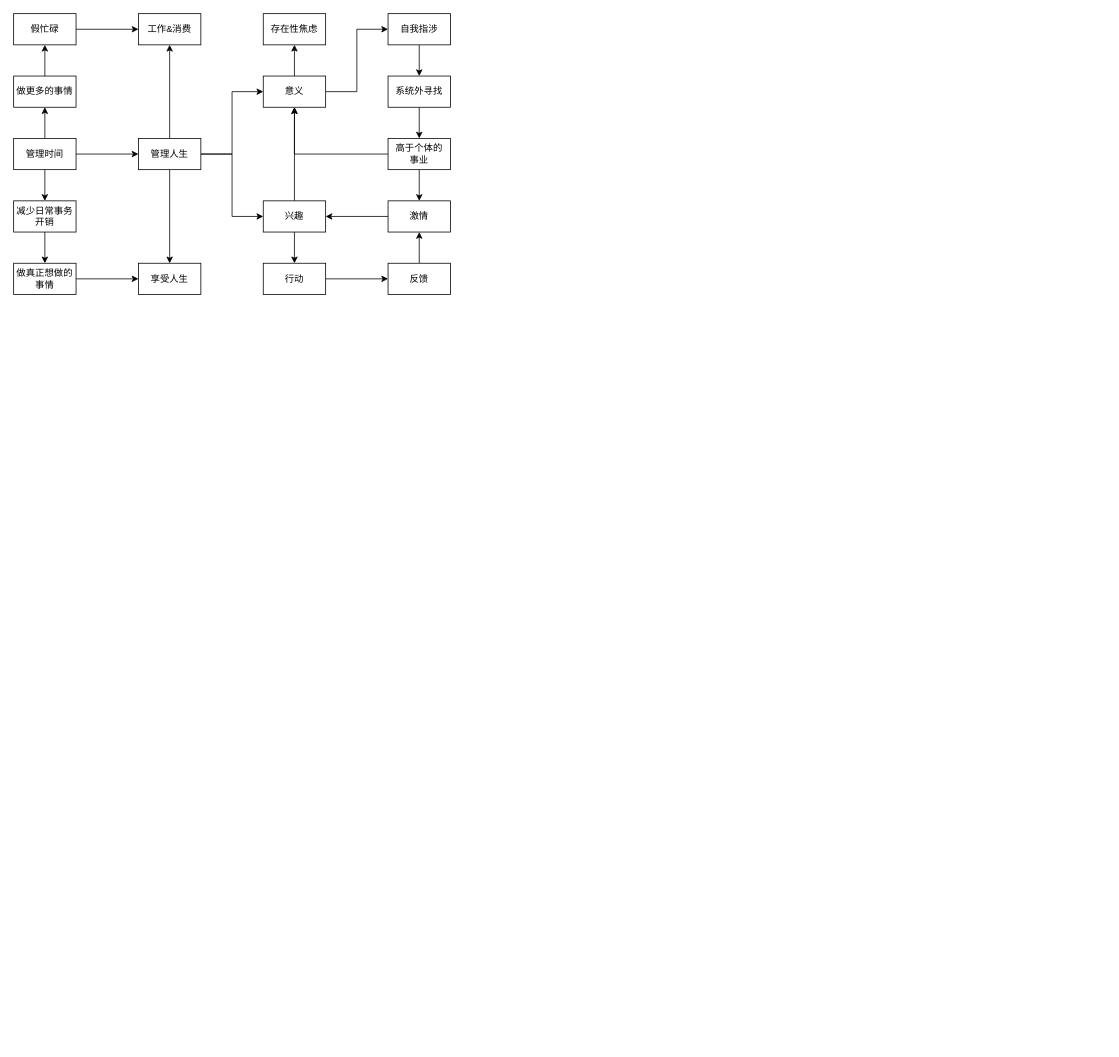
Earlier version of the draw.io diagram 积极创造.drawio (youyusan/open_mind). Source tidied: cells renumbered, new cells numbered last; positions are measured from the earlier drawing's top-left corner, leaving out a move shared by most shapes. Both pictures are drawn from the tidied source at 78%, with x=0, y=0 at pixel (13, 13).
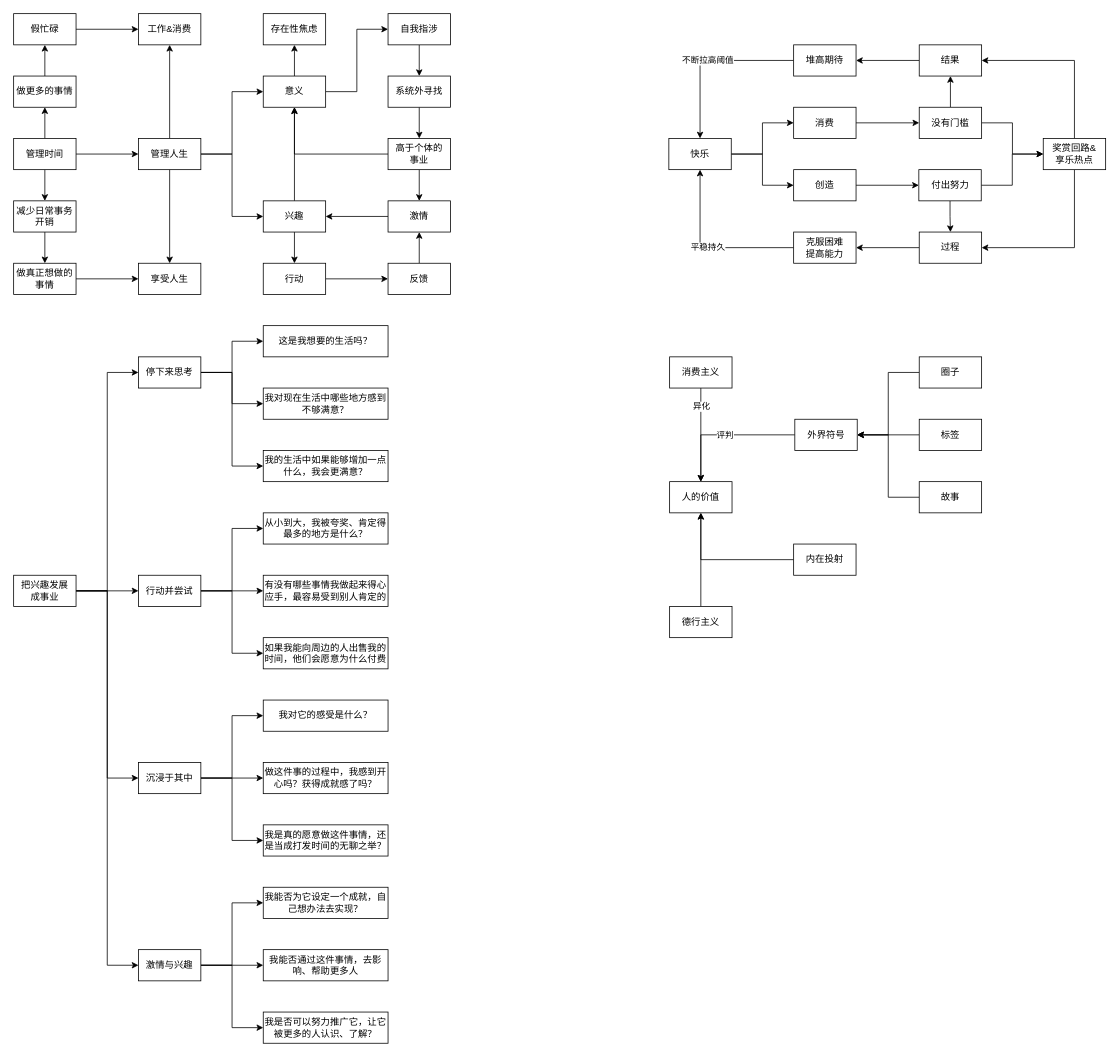
The same page after the edit.

Commit message:
更新积极创造.drawio

Change to the diagram source:
```diff
@@
+    <mxCell id="41" style="edgeStyle=orthogonalEdgeStyle;rounded=0;jettySize=auto;html=1;entryX=0;entryY=0.5;entryDx=0;entryDy=0;" parent="1" edge="1" source="45" target="49">
+      <mxGeometry relative="1" as="geometry" />
+    </mxCell>
+    <mxCell id="42" style="edgeStyle=orthogonalEdgeStyle;rounded=0;jettySize=auto;html=1;entryX=0;entryY=0.5;entryDx=0;entryDy=0;" parent="1" edge="1" source="45" target="53">
+      <mxGeometry relative="1" as="geometry" />
+    </mxCell>
+    <mxCell id="43" style="edgeStyle=orthogonalEdgeStyle;rounded=0;jettySize=auto;html=1;entryX=0;entryY=0.5;entryDx=0;entryDy=0;" parent="1" edge="1" source="45" target="57">
+      <mxGeometry relative="1" as="geometry" />
+    </mxCell>
+    <mxCell id="44" style="edgeStyle=orthogonalEdgeStyle;rounded=0;jettySize=auto;html=1;entryX=0;entryY=0.5;entryDx=0;entryDy=0;" parent="1" edge="1" source="45" target="61">
+      <mxGeometry relative="1" as="geometry" />
+    </mxCell>
+    <mxCell id="45" value="把兴趣发展&lt;br&gt;成事业" style="rounded=0;whiteSpace=wrap;html=1;" parent="1" vertex="1">
+      <mxGeometry y="720" width="80" height="40" as="geometry" />
+    </mxCell>
+    <mxCell id="46" style="edgeStyle=orthogonalEdgeStyle;rounded=0;jettySize=auto;html=1;" parent="1" edge="1" source="49" target="62">
+      <mxGeometry relative="1" as="geometry" />
+    </mxCell>
+    <mxCell id="47" style="edgeStyle=orthogonalEdgeStyle;rounded=0;jettySize=auto;html=1;entryX=0;entryY=0.5;entryDx=0;entryDy=0;" parent="1" edge="1" source="49" target="63">
+      <mxGeometry relative="1" as="geometry" />
+    </mxCell>
+    <mxCell id="48" style="edgeStyle=orthogonalEdgeStyle;rounded=0;jettySize=auto;html=1;entryX=0;entryY=0.5;entryDx=0;entryDy=0;" parent="1" edge="1" source="49" target="64">
+      <mxGeometry relative="1" as="geometry" />
+    </mxCell>
+    <mxCell id="49" value="停下来思考" style="rounded=0;whiteSpace=wrap;html=1;" parent="1" vertex="1">
+      <mxGeometry x="160" y="440" width="80" height="40" as="geometry" />
+    </mxCell>
+    <mxCell id="50" style="edgeStyle=orthogonalEdgeStyle;rounded=0;jettySize=auto;html=1;entryX=0;entryY=0.5;entryDx=0;entryDy=0;" parent="1" edge="1" source="53" target="65">
+      <mxGeometry relative="1" as="geometry" />
+    </mxCell>
+    <mxCell id="51" style="edgeStyle=orthogonalEdgeStyle;rounded=0;jettySize=auto;html=1;" parent="1" edge="1" source="53" target="67">
+      <mxGeometry relative="1" as="geometry" />
+    </mxCell>
+    <mxCell id="52" style="edgeStyle=orthogonalEdgeStyle;rounded=0;jettySize=auto;html=1;entryX=0;entryY=0.5;entryDx=0;entryDy=0;" parent="1" edge="1" source="53" target="66">
+      <mxGeometry relative="1" as="geometry" />
+    </mxCell>
+    <mxCell id="53" value="行动并尝试" style="rounded=0;whiteSpace=wrap;html=1;" parent="1" vertex="1">
+      <mxGeometry x="160" y="720" width="80" height="40" as="geometry" />
+    </mxCell>
+    <mxCell id="54" style="edgeStyle=orthogonalEdgeStyle;rounded=0;jettySize=auto;html=1;entryX=0;entryY=0.5;entryDx=0;entryDy=0;" parent="1" edge="1" source="57" target="68">
+      <mxGeometry relative="1" as="geometry" />
+    </mxCell>
+    <mxCell id="55" style="edgeStyle=orthogonalEdgeStyle;rounded=0;jettySize=auto;html=1;" parent="1" edge="1" source="57" target="69">
+      <mxGeometry relative="1" as="geometry" />
+    </mxCell>
+    <mxCell id="56" style="edgeStyle=orthogonalEdgeStyle;rounded=0;jettySize=auto;html=1;entryX=0;entryY=0.5;entryDx=0;entryDy=0;" parent="1" edge="1" source="57" target="70">
+      <mxGeometry relative="1" as="geometry" />
+    </mxCell>
+    <mxCell id="57" value="沉浸于其中" style="rounded=0;whiteSpace=wrap;html=1;" parent="1" vertex="1">
+      <mxGeometry x="160" y="960" width="80" height="40" as="geometry" />
+    </mxCell>
+    <mxCell id="58" style="edgeStyle=orthogonalEdgeStyle;rounded=0;jettySize=auto;html=1;entryX=0;entryY=0.5;entryDx=0;entryDy=0;" parent="1" edge="1" source="61" target="71">
+      <mxGeometry relative="1" as="geometry" />
+    </mxCell>
+    <mxCell id="59" style="edgeStyle=orthogonalEdgeStyle;rounded=0;jettySize=auto;html=1;" parent="1" edge="1" source="61" target="73">
+      <mxGeometry relative="1" as="geometry" />
+    </mxCell>
+    <mxCell id="60" style="edgeStyle=orthogonalEdgeStyle;rounded=0;jettySize=auto;html=1;entryX=0;entryY=0.5;entryDx=0;entryDy=0;" parent="1" edge="1" source="61" target="72">
+      <mxGeometry relative="1" as="geometry" />
+    </mxCell>
+    <mxCell id="61" value="激情与兴趣" style="rounded=0;whiteSpace=wrap;html=1;" parent="1" vertex="1">
+      <mxGeometry x="160" y="1200" width="80" height="40" as="geometry" />
+    </mxCell>
+    <mxCell id="62" value="这是我想要的生活吗？" style="rounded=0;whiteSpace=wrap;html=1;" parent="1" vertex="1">
+      <mxGeometry x="320" y="400" width="160" height="40" as="geometry" />
+    </mxCell>
+    <mxCell id="63" value="我对现在生活中哪些地方感到不够满意？" style="rounded=0;whiteSpace=wrap;html=1;" parent="1" vertex="1">
+      <mxGeometry x="320" y="480" width="160" height="40" as="geometry" />
+    </mxCell>
+    <mxCell id="64" value="我的生活中如果能够增加一点什么，我会更满意？" style="rounded=0;whiteSpace=wrap;html=1;" parent="1" vertex="1">
+      <mxGeometry x="320" y="560" width="160" height="40" as="geometry" />
+    </mxCell>
+    <mxCell id="65" value="从小到大，我被夸奖、肯定得最多的地方是什么？" style="rounded=0;whiteSpace=wrap;html=1;" parent="1" vertex="1">
+      <mxGeometry x="320" y="640" width="160" height="40" as="geometry" />
+    </mxCell>
+    <mxCell id="66" value="如果我能向周边的人出售我的时间，他们会愿意为什么付费" style="rounded=0;whiteSpace=wrap;html=1;" parent="1" vertex="1">
+      <mxGeometry x="320" y="800" width="160" height="40" as="geometry" />
+    </mxCell>
+    <mxCell id="67" value="有没有哪些事情我做起来得心应手，最容易受到别人肯定的" style="rounded=0;whiteSpace=wrap;html=1;" parent="1" vertex="1">
+      <mxGeometry x="320" y="720" width="160" height="40" as="geometry" />
+    </mxCell>
+    <mxCell id="68" value="我对它的感受是什么？" style="rounded=0;whiteSpace=wrap;html=1;" parent="1" vertex="1">
+      <mxGeometry x="320" y="880" width="160" height="40" as="geometry" />
+    </mxCell>
+    <mxCell id="69" value="做这件事的过程中，我感到开心吗？获得成就感了吗？" style="rounded=0;whiteSpace=wrap;html=1;" parent="1" vertex="1">
+      <mxGeometry x="320" y="960" width="160" height="40" as="geometry" />
+    </mxCell>
+    <mxCell id="70" value="我是真的愿意做这件事情，还是当成打发时间的无聊之举？" style="rounded=0;whiteSpace=wrap;html=1;" parent="1" vertex="1">
+      <mxGeometry x="320" y="1040" width="160" height="40" as="geometry" />
+    </mxCell>
+    <mxCell id="71" value="我能否为它设定一个成就，自己想办法去实现？" style="rounded=0;whiteSpace=wrap;html=1;" parent="1" vertex="1">
+      <mxGeometry x="320" y="1120" width="160" height="40" as="geometry" />
+    </mxCell>
+    <mxCell id="72" value="我是否可以努力推广它，让它被更多的人认识、了解？" style="rounded=0;whiteSpace=wrap;html=1;" parent="1" vertex="1">
+      <mxGeometry x="320" y="1280" width="160" height="40" as="geometry" />
+    </mxCell>
+    <mxCell id="73" value="我能否通过这件事情，去影响、帮助更多人" style="rounded=0;whiteSpace=wrap;html=1;" parent="1" vertex="1">
+      <mxGeometry x="320" y="1200" width="160" height="40" as="geometry" />
+    </mxCell>
+    <mxCell id="74" style="edgeStyle=orthogonalEdgeStyle;rounded=0;jettySize=auto;html=1;" parent="1" edge="1" source="76" target="78">
+      <mxGeometry relative="1" as="geometry" />
+    </mxCell>
+    <mxCell id="75" style="edgeStyle=orthogonalEdgeStyle;rounded=0;jettySize=auto;html=1;" parent="1" edge="1" source="76" target="80">
+      <mxGeometry relative="1" as="geometry" />
+    </mxCell>
+    <mxCell id="76" value="快乐" style="rounded=0;whiteSpace=wrap;html=1;" parent="1" vertex="1">
+      <mxGeometry x="840" y="160" width="80" height="40" as="geometry" />
+    </mxCell>
+    <mxCell id="77" style="edgeStyle=orthogonalEdgeStyle;rounded=0;jettySize=auto;html=1;entryX=0;entryY=0.5;entryDx=0;entryDy=0;" parent="1" edge="1" source="78" target="83">
+      <mxGeometry relative="1" as="geometry" />
+    </mxCell>
+    <mxCell id="78" value="消费" style="rounded=0;whiteSpace=wrap;html=1;" parent="1" vertex="1">
+      <mxGeometry x="1000" y="120" width="80" height="40" as="geometry" />
+    </mxCell>
+    <mxCell id="79" style="edgeStyle=orthogonalEdgeStyle;rounded=0;jettySize=auto;html=1;entryX=0;entryY=0.5;entryDx=0;entryDy=0;" parent="1" edge="1" source="80" target="89">
+      <mxGeometry relative="1" as="geometry" />
+    </mxCell>
+    <mxCell id="80" value="创造" style="rounded=0;whiteSpace=wrap;html=1;" parent="1" vertex="1">
+      <mxGeometry x="1000" y="200" width="80" height="40" as="geometry" />
+    </mxCell>
+    <mxCell id="81" style="edgeStyle=orthogonalEdgeStyle;rounded=0;jettySize=auto;html=1;" parent="1" edge="1" source="83" target="91">
+      <mxGeometry relative="1" as="geometry" />
+    </mxCell>
+    <mxCell id="82" style="edgeStyle=orthogonalEdgeStyle;rounded=0;jettySize=auto;html=1;entryX=0;entryY=0.5;entryDx=0;entryDy=0;" parent="1" edge="1" source="83" target="86">
+      <mxGeometry relative="1" as="geometry" />
+    </mxCell>
+    <mxCell id="83" value="没有门槛" style="rounded=0;whiteSpace=wrap;html=1;" parent="1" vertex="1">
+      <mxGeometry x="1161" y="120" width="80" height="40" as="geometry" />
+    </mxCell>
+    <mxCell id="84" style="edgeStyle=orthogonalEdgeStyle;rounded=0;jettySize=auto;html=1;entryX=1;entryY=0.5;entryDx=0;entryDy=0;" parent="1" edge="1" source="86" target="91">
+      <mxGeometry relative="1" as="geometry">
+        <Array as="points">
+          <mxPoint x="1360" y="60" />
+        </Array>
+      </mxGeometry>
+    </mxCell>
+    <mxCell id="85" style="edgeStyle=orthogonalEdgeStyle;rounded=0;jettySize=auto;html=1;entryX=1;entryY=0.5;entryDx=0;entryDy=0;" parent="1" edge="1" source="86" target="93">
+      <mxGeometry relative="1" as="geometry">
+        <Array as="points">
+          <mxPoint x="1360" y="300" />
+        </Array>
+      </mxGeometry>
+    </mxCell>
+    <mxCell id="86" value="奖赏回路&amp;amp;&lt;br&gt;享乐热点" style="rounded=0;whiteSpace=wrap;html=1;" parent="1" vertex="1">
+      <mxGeometry x="1320" y="160" width="80" height="40" as="geometry" />
+    </mxCell>
+    <mxCell id="87" style="edgeStyle=orthogonalEdgeStyle;rounded=0;jettySize=auto;html=1;entryX=0.5;entryY=0;entryDx=0;entryDy=0;" parent="1" edge="1" source="89" target="93">
+      <mxGeometry relative="1" as="geometry" />
+    </mxCell>
+    <mxCell id="88" style="edgeStyle=orthogonalEdgeStyle;rounded=0;jettySize=auto;html=1;" parent="1" edge="1" source="89" target="86">
+      <mxGeometry relative="1" as="geometry" />
+    </mxCell>
+    <mxCell id="89" value="付出努力" style="rounded=0;whiteSpace=wrap;html=1;" parent="1" vertex="1">
+      <mxGeometry x="1160.5" y="200" width="80" height="40" as="geometry" />
+    </mxCell>
+    <mxCell id="90" style="edgeStyle=orthogonalEdgeStyle;rounded=0;jettySize=auto;html=1;" parent="1" edge="1" source="91" target="95">
+      <mxGeometry relative="1" as="geometry" />
+    </mxCell>
+    <mxCell id="91" value="结果" style="rounded=0;whiteSpace=wrap;html=1;" parent="1" vertex="1">
+      <mxGeometry x="1161" y="40" width="80" height="40" as="geometry" />
+    </mxCell>
+    <mxCell id="92" style="edgeStyle=orthogonalEdgeStyle;rounded=0;jettySize=auto;html=1;" parent="1" edge="1" source="93" target="97">
+      <mxGeometry relative="1" as="geometry" />
+    </mxCell>
+    <mxCell id="93" value="过程" style="rounded=0;whiteSpace=wrap;html=1;" parent="1" vertex="1">
+      <mxGeometry x="1161" y="280" width="80" height="40" as="geometry" />
+    </mxCell>
+    <mxCell id="94" value="不断拉高阈值" style="edgeStyle=orthogonalEdgeStyle;rounded=0;jettySize=auto;html=1;entryX=0.5;entryY=0;entryDx=0;entryDy=0;" parent="1" edge="1" source="95" target="76">
+      <mxGeometry relative="1" as="geometry" />
+    </mxCell>
+    <mxCell id="95" value="堆高期待" style="rounded=0;whiteSpace=wrap;html=1;" parent="1" vertex="1">
+      <mxGeometry x="1000" y="40" width="80" height="40" as="geometry" />
+    </mxCell>
+    <mxCell id="96" value="平稳持久" style="edgeStyle=orthogonalEdgeStyle;rounded=0;jettySize=auto;html=1;entryX=0.5;entryY=1;entryDx=0;entryDy=0;" parent="1" edge="1" source="97" target="76">
+      <mxGeometry relative="1" as="geometry" />
+    </mxCell>
+    <mxCell id="97" value="克服困难&lt;br&gt;提高能力" style="rounded=0;whiteSpace=wrap;html=1;" parent="1" vertex="1">
+      <mxGeometry x="1000" y="280" width="80" height="40" as="geometry" />
+    </mxCell>
+    <mxCell id="98" style="edgeStyle=orthogonalEdgeStyle;rounded=0;jettySize=auto;html=1;" parent="1" edge="1" source="100" target="101">
+      <mxGeometry relative="1" as="geometry" />
+    </mxCell>
+    <mxCell id="99" value="异化" style="edgeLabel;html=1;align=center;verticalAlign=middle;" parent="98" vertex="1">
+      <mxGeometry x="-0.62" relative="1" as="geometry" />
+    </mxCell>
+    <mxCell id="100" value="消费主义" style="rounded=0;whiteSpace=wrap;html=1;" parent="1" vertex="1">
+      <mxGeometry x="841" y="440" width="80" height="40" as="geometry" />
+    </mxCell>
+    <mxCell id="101" value="人的价值" style="rounded=0;whiteSpace=wrap;html=1;" parent="1" vertex="1">
+      <mxGeometry x="841" y="600" width="80" height="40" as="geometry" />
+    </mxCell>
+    <mxCell id="102" value="评判" style="edgeStyle=orthogonalEdgeStyle;rounded=0;jettySize=auto;html=1;" parent="1" edge="1" source="103" target="101">
+      <mxGeometry relative="1" as="geometry" />
+    </mxCell>
+    <mxCell id="103" value="外界符号" style="rounded=0;whiteSpace=wrap;html=1;" parent="1" vertex="1">
+      <mxGeometry x="1001.5" y="520" width="80" height="40" as="geometry" />
+    </mxCell>
+    <mxCell id="104" style="edgeStyle=orthogonalEdgeStyle;rounded=0;jettySize=auto;html=1;" parent="1" edge="1" source="105" target="103">
+      <mxGeometry relative="1" as="geometry" />
+    </mxCell>
+    <mxCell id="105" value="标签" style="rounded=0;whiteSpace=wrap;html=1;" parent="1" vertex="1">
+      <mxGeometry x="1161" y="520" width="80" height="40" as="geometry" />
+    </mxCell>
+    <mxCell id="106" style="edgeStyle=orthogonalEdgeStyle;rounded=0;jettySize=auto;html=1;entryX=1;entryY=0.5;entryDx=0;entryDy=0;" parent="1" edge="1" source="107" target="103">
+      <mxGeometry relative="1" as="geometry" />
+    </mxCell>
+    <mxCell id="107" value="圈子" style="rounded=0;whiteSpace=wrap;html=1;" parent="1" vertex="1">
+      <mxGeometry x="1161" y="440" width="80" height="40" as="geometry" />
+    </mxCell>
+    <mxCell id="108" style="edgeStyle=orthogonalEdgeStyle;rounded=0;jettySize=auto;html=1;entryX=1;entryY=0.5;entryDx=0;entryDy=0;" parent="1" edge="1" source="109" target="103">
+      <mxGeometry relative="1" as="geometry" />
+    </mxCell>
+    <mxCell id="109" value="故事" style="rounded=0;whiteSpace=wrap;html=1;" parent="1" vertex="1">
+      <mxGeometry x="1161" y="600" width="80" height="40" as="geometry" />
+    </mxCell>
+    <mxCell id="110" style="edgeStyle=orthogonalEdgeStyle;rounded=0;jettySize=auto;html=1;" parent="1" edge="1" source="111">
+      <mxGeometry relative="1" as="geometry">
+        <mxPoint x="881" y="640" as="targetPoint" />
+      </mxGeometry>
+    </mxCell>
+    <mxCell id="111" value="德行主义" style="rounded=0;whiteSpace=wrap;html=1;" parent="1" vertex="1">
+      <mxGeometry x="841" y="760" width="80" height="40" as="geometry" />
+    </mxCell>
+    <mxCell id="112" style="edgeStyle=orthogonalEdgeStyle;rounded=0;jettySize=auto;html=1;" parent="1" edge="1" source="113" target="101">
+      <mxGeometry relative="1" as="geometry" />
+    </mxCell>
+    <mxCell id="113" value="内在投射" style="rounded=0;whiteSpace=wrap;html=1;" parent="1" vertex="1">
+      <mxGeometry x="1000" y="680" width="80" height="40" as="geometry" />
+    </mxCell>
```
